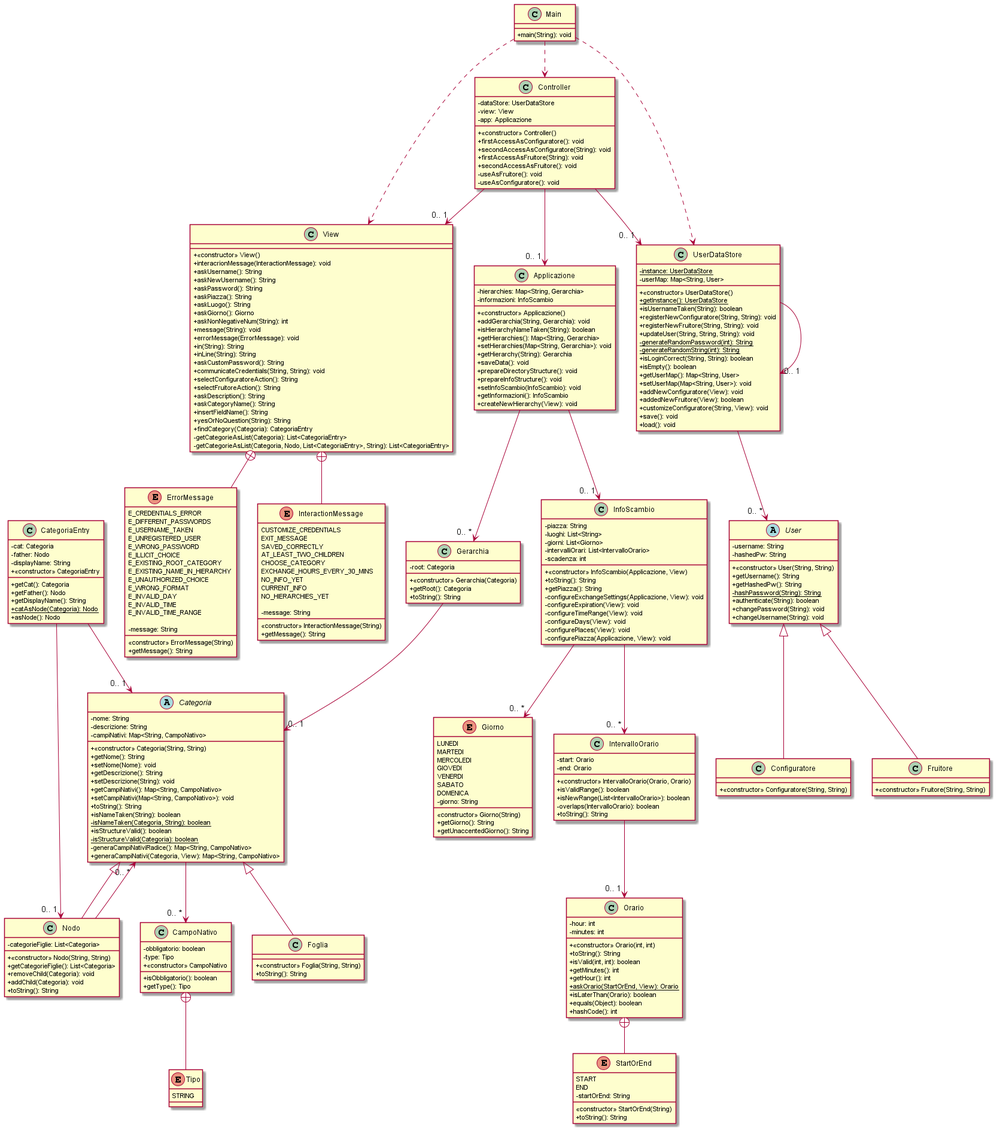
This is doc/uml/version2/png/Partial class diagram-Version2.0.png from eletoo/inge_del_software, a PlantUML export, as it was before one commit.
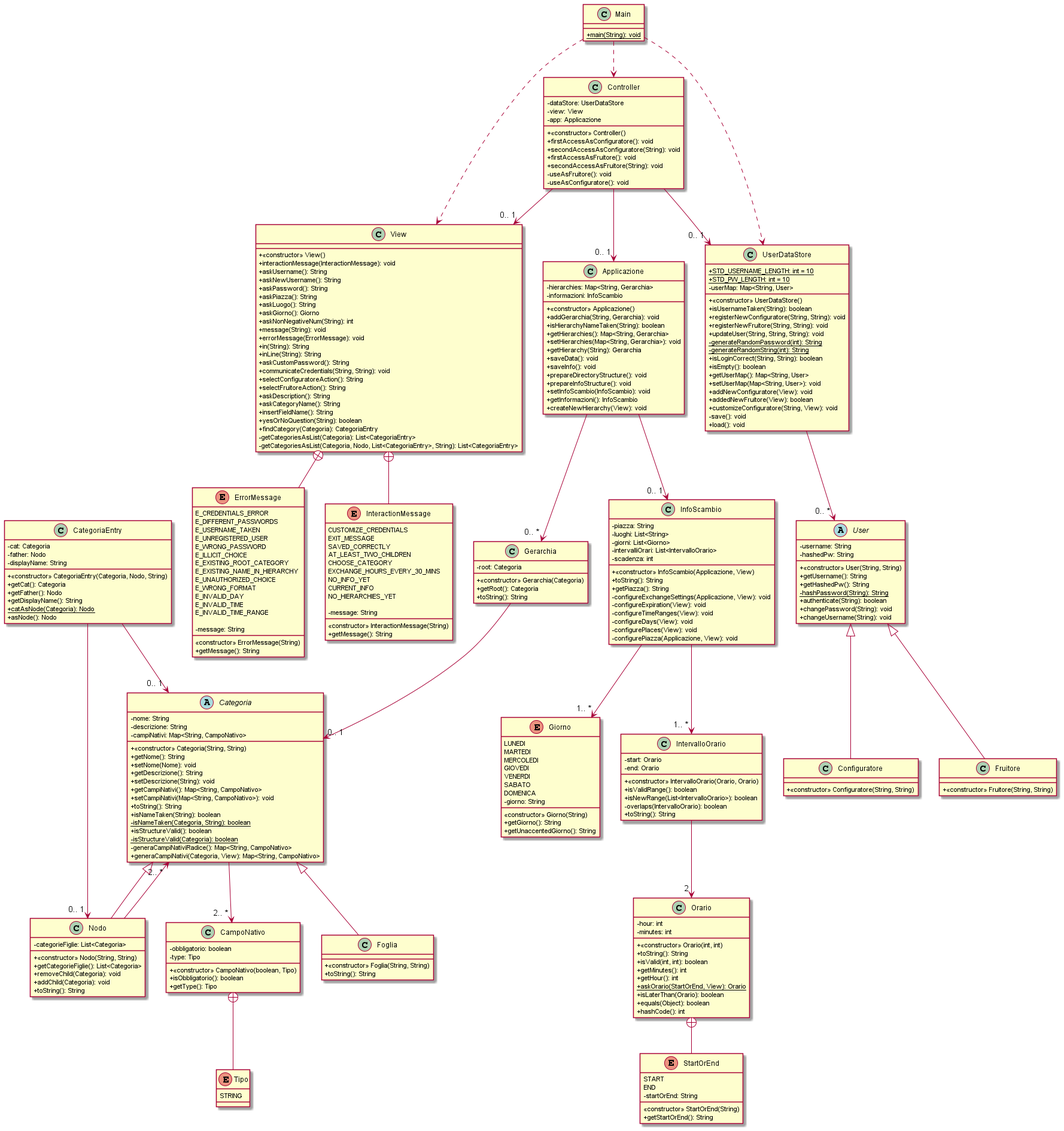
After the commit.

Diff of the diagram source:
```diff
@@ -11,6 +11,7 @@
 + setHierarchies(Map<String, Gerarchia>): void
 + getHierarchy(String): Gerarchia
 + saveData(): void
++ saveInfo(): void
 + prepareDirectoryStructure(): void
 + prepareInfoStructure(): void
 + setInfoScambio(InfoScambio): void
@@ -21,7 +22,7 @@
 class CampoNativo{
 - obbligatorio: boolean
 - type: Tipo
-+ <<constructor>> CampoNativo
++ <<constructor>> CampoNativo(boolean, Tipo)
 + isObbligatorio(): boolean
 + getType(): Tipo
 }
@@ -82,7 +83,7 @@
 + getPiazza(): String
 - configureExchangeSettings(Applicazione, View): void
 - configureExpiration(View): void
-- configureTimeRange(View): void
+- configureTimeRanges(View): void
 - configureDays(View): void
 - configurePlaces(View): void
 - configurePiazza(Applicazione, View): void
@@ -122,7 +123,7 @@
 - cat: Categoria
 - father: Nodo
 - displayName: String
-+ <<constructor>> CategoriaEntry
++ <<constructor>> CategoriaEntry(Categoria, Nodo, String)
 + getCat(): Categoria
 + getFather(): Nodo
 + getDisplayName(): String
@@ -163,12 +164,12 @@
 END
 - startOrEnd: String
 <<constructor>> StartOrEnd(String)
-+ toString(): String
++ getStartOrEnd(): String
 }
 
 class View{
 + <<constructor>> View()
-+ interacrionMessage(InteractionMessage): void
++ interactionMessage(InteractionMessage): void
 + askUsername(): String
 + askNewUsername(): String
 + askPassword(): String
@@ -187,10 +188,10 @@
 + askDescription(): String
 + askCategoryName(): String
 + insertFieldName(): String
-+ yesOrNoQuestion(String): String
++ yesOrNoQuestion(String): boolean
 + findCategory(Categoria): CategoriaEntry
-- getCategorieAsList(Categoria): List<CategoriaEntry>
-- getCategorieAsList(Categoria, Nodo, List<CategoriaEntry>, String): List<CategoriaEntry>
+- getCategoriesAsList(Categoria): List<CategoriaEntry>
+- getCategoriesAsList(Categoria, Nodo, List<CategoriaEntry>, String): List<CategoriaEntry>
 }
 
 enum ErrorMessage{
@@ -230,10 +231,10 @@
 }
 
 class UserDataStore{
-- {static}instance: UserDataStore
++ {static}STD_USERNAME_LENGTH: int = 10
++ {static}STD_PW_LENGTH: int = 10
 - userMap: Map<String, User>
 + <<constructor>> UserDataStore()
-+ {static}getInstance(): UserDataStore
 + isUsernameTaken(String): boolean
 + registerNewConfiguratore(String, String): void
 + registerNewFruitore(String, String): void
@@ -247,7 +248,7 @@
 + addNewConfiguratore(View): void
 + addedNewFruitore(View): boolean
 + customizeConfiguratore(String, View): void
-+ save(): void
+- save(): void
 + load(): void
 }
 
@@ -258,20 +259,21 @@
 + <<constructor>> Controller()
 + firstAccessAsConfiguratore(): void
 + secondAccessAsConfiguratore(String): void
-+ firstAccessAsFruitore(String): void
-+ secondAccessAsFruitore(): void
++ firstAccessAsFruitore(): void
++ secondAccessAsFruitore(String): void
 - useAsFruitore(): void
 - useAsConfiguratore(): void
 }
 
 class Main{
-+ main(String): void
++ {static}main(String): void
 }
 
 CampoNativo +-- Tipo
 View +-- InteractionMessage
 View +-- ErrorMessage
 Orario +-- StartOrEnd
+
 Main ..> View
 Main ..> Controller
 Main ..> UserDataStore
@@ -279,21 +281,19 @@
 Controller --> "0.. 1 " UserDataStore
 Controller --> "0.. 1 " View
 Controller --> "0.. 1 " Applicazione
-UserDataStore --> "0.. 1 " UserDataStore
 CategoriaEntry --> "0.. 1 " Categoria
 CategoriaEntry --> "0.. 1 " Nodo
-Categoria --> "0.. * " CampoNativo
+Categoria --> "2.. * " CampoNativo
 Gerarchia --> "0.. 1 " Categoria
 Applicazione --> "0.. * " Gerarchia
-IntervalloOrario --> "0.. 1 " Orario
-Nodo --> "0.. * " Categoria
-InfoScambio --> "0.. * " Giorno
+IntervalloOrario --> "2 " Orario
+Nodo --> "2.. * " Categoria
+InfoScambio --> "1.. * " Giorno
 Applicazione --> "0.. 1 " InfoScambio
-InfoScambio --> "0.. * " IntervalloOrario
+InfoScambio --> "1.. * " IntervalloOrario
 Categoria <|-- Nodo
 Categoria <|-- Foglia
 User <|-- Configuratore
 User <|-- Fruitore
 
-
 @enduml
```
